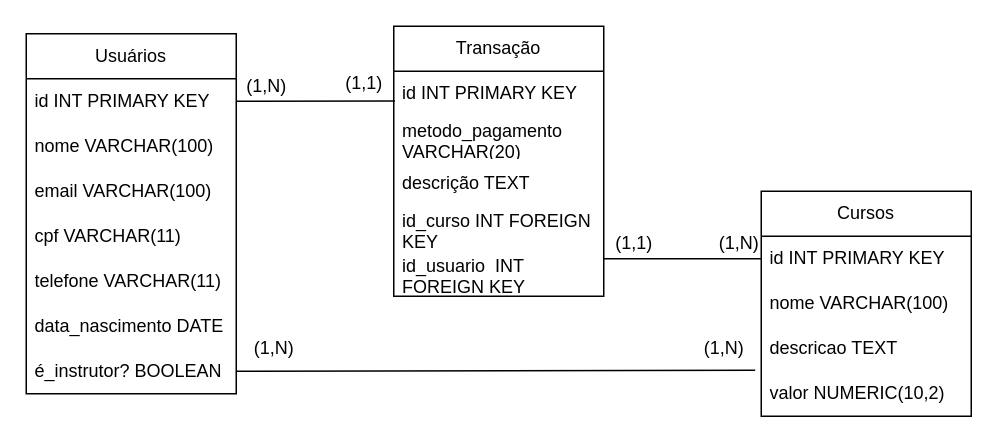
Above: doc/modelo-fisico.drawio in aureliowozhiak/online-courses (draw.io), before the change. Source tidied: cells renumbered, new cells numbered last; positions are measured from the earlier drawing's top-left corner, leaving out a move shared by most shapes. Both pictures are drawn from the tidied source at 150%, with x=0, y=0 at pixel (26, 26).
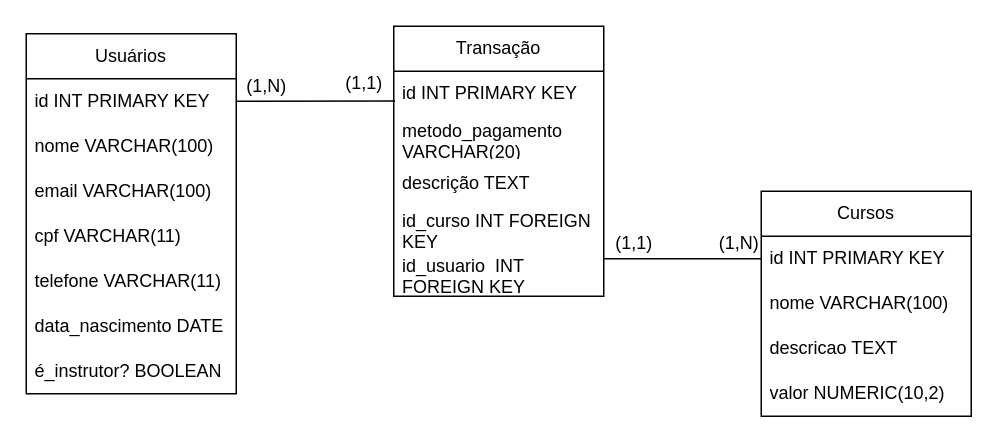
The same diagram, later.

The change refers to these unchanged cells:
```xml
<mxCell id="6" value="valor NUMERIC(10,2)" style="text;strokeColor=none;fillColor=none;align=left;verticalAlign=middle;spacingLeft=4;spacingRight=4;overflow=hidden;points=[[0,0.5],[1,0.5]];portConstraint=eastwest;whiteSpace=wrap;html=1;" parent="2" vertex="1">
  <mxGeometry y="120" width="140" height="30" as="geometry" />
</mxCell>
<mxCell id="14" value="é_instrutor? BOOLEAN" style="text;strokeColor=none;fillColor=none;align=left;verticalAlign=middle;spacingLeft=4;spacingRight=4;overflow=hidden;points=[[0,0.5],[1,0.5]];portConstraint=eastwest;whiteSpace=wrap;html=1;" parent="7" vertex="1">
  <mxGeometry y="210" width="140" height="30" as="geometry" />
</mxCell>
```

What changed in the source:
```diff
@@
-    <mxCell id="21" style="edgeStyle=none;html=1;exitX=1;exitY=0.5;exitDx=0;exitDy=0;endArrow=none;endFill=0;startArrow=none;startFill=0;entryX=-0.029;entryY=-0.022;entryDx=0;entryDy=0;entryPerimeter=0;" parent="1" edge="1" source="14" target="6">
-      <mxGeometry relative="1" as="geometry" />
-    </mxCell>
@@
-    <mxCell id="28" value="(1,N)" style="text;html=1;align=center;verticalAlign=middle;strokeColor=none;fillColor=none;" parent="1" vertex="1">
-      <mxGeometry x="440" y="200" width="50" height="30" as="geometry" />
-    </mxCell>
-    <mxCell id="29" value="(1,N)" style="text;html=1;align=center;verticalAlign=middle;strokeColor=none;fillColor=none;" parent="1" vertex="1">
-      <mxGeometry x="140" y="200" width="50" height="30" as="geometry" />
-    </mxCell>
```
